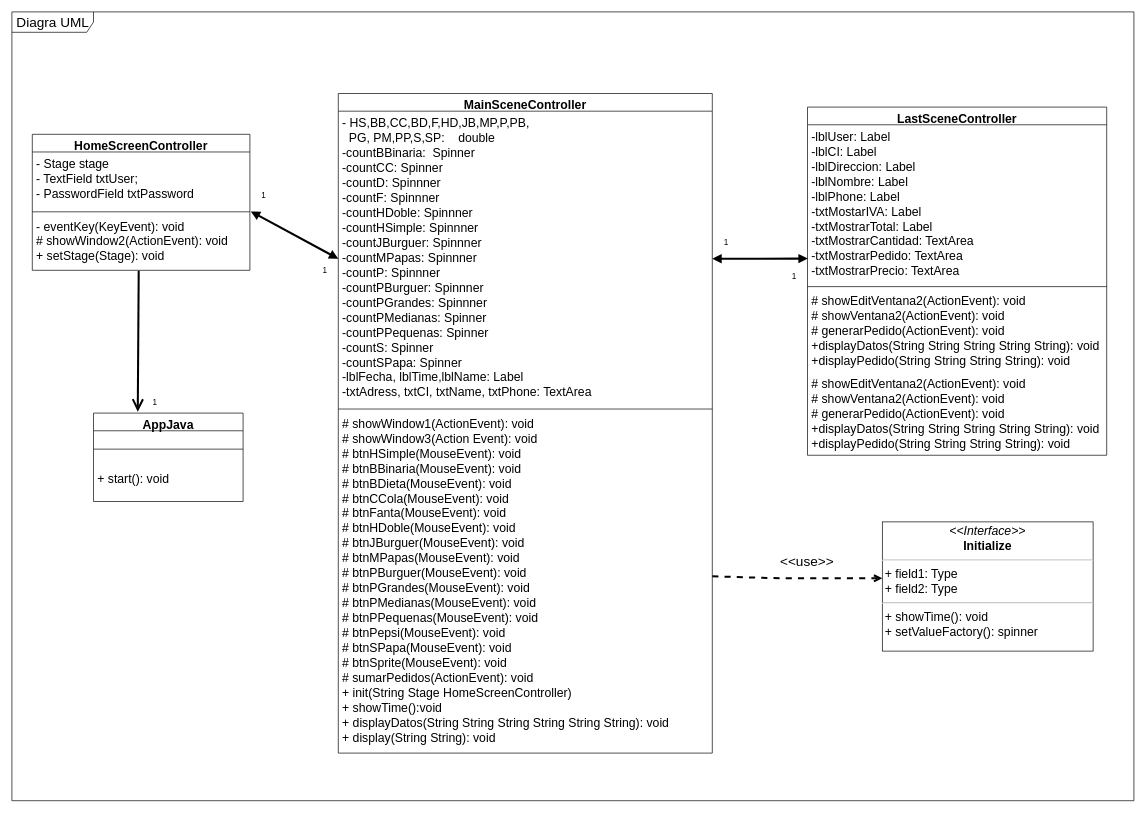
elian18/FirstJavaFXProject keeps this draw.io diagram as src/design/DiagramaDeClases.drawio. Above is the earlier version. Source tidied: cells renumbered, new cells numbered last; positions are measured from the earlier drawing's top-left corner, leaving out a move shared by most shapes. Both pictures are drawn from the tidied source at 68%, with x=0, y=0 at pixel (12, 12).
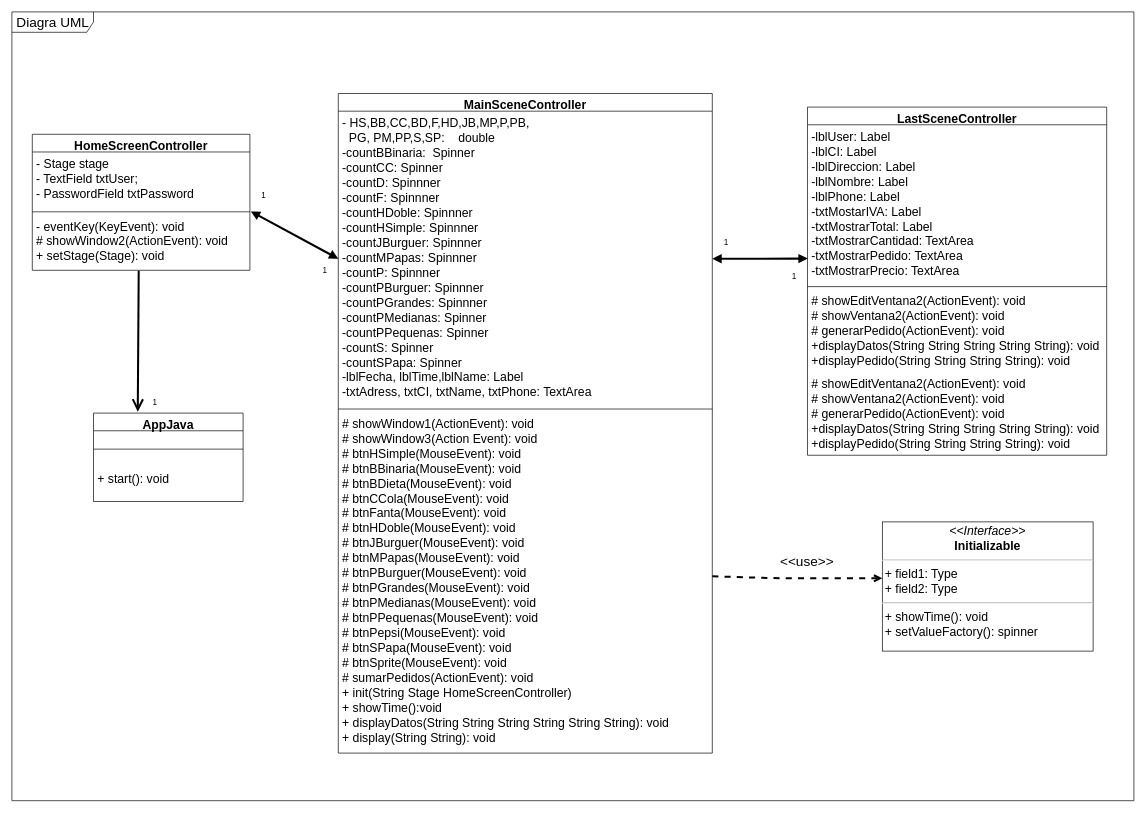
The same diagram, later.

Change to the diagram source:
```diff
@@
-    <mxCell id="21" value="&lt;p style=&quot;margin: 4px 0px 0px; text-align: center; font-size: 18px;&quot;&gt;&lt;i style=&quot;font-size: 18px;&quot;&gt;&amp;lt;&amp;lt;Interface&amp;gt;&amp;gt;&lt;/i&gt;&lt;br style=&quot;font-size: 18px;&quot;&gt;&lt;b style=&quot;font-size: 18px;&quot;&gt;Initialize&lt;/b&gt;&lt;/p&gt;&lt;hr style=&quot;font-size: 18px;&quot;&gt;&lt;p style=&quot;margin: 0px 0px 0px 4px; font-size: 18px;&quot;&gt;+ field1: Type&lt;br style=&quot;font-size: 18px;&quot;&gt;+ field2: Type&lt;/p&gt;&lt;hr style=&quot;font-size: 18px;&quot;&gt;&lt;p style=&quot;margin: 0px 0px 0px 4px; font-size: 18px;&quot;&gt;+ showTime(): void&lt;br style=&quot;font-size: 18px;&quot;&gt;+ setValueFactory(): spinner&lt;/p&gt;" style="verticalAlign=top;align=left;overflow=fill;fontSize=18;fontFamily=Helvetica;html=1;labelBackgroundColor=none;fontColor=default;" parent="1" vertex="1">
+    <mxCell id="21" value="&lt;p style=&quot;margin: 4px 0px 0px ; text-align: center ; font-size: 18px&quot;&gt;&lt;i style=&quot;font-size: 18px&quot;&gt;&amp;lt;&amp;lt;Interface&amp;gt;&amp;gt;&lt;/i&gt;&lt;br style=&quot;font-size: 18px&quot;&gt;&lt;b style=&quot;font-size: 18px&quot;&gt;Initializable&lt;/b&gt;&lt;/p&gt;&lt;hr style=&quot;font-size: 18px&quot;&gt;&lt;p style=&quot;margin: 0px 0px 0px 4px ; font-size: 18px&quot;&gt;+ field1: Type&lt;br style=&quot;font-size: 18px&quot;&gt;+ field2: Type&lt;/p&gt;&lt;hr style=&quot;font-size: 18px&quot;&gt;&lt;p style=&quot;margin: 0px 0px 0px 4px ; font-size: 18px&quot;&gt;+ showTime(): void&lt;br style=&quot;font-size: 18px&quot;&gt;+ setValueFactory(): spinner&lt;/p&gt;" style="verticalAlign=top;align=left;overflow=fill;fontSize=18;fontFamily=Helvetica;html=1;labelBackgroundColor=none;fontColor=default;" parent="1" vertex="1">
       <mxGeometry x="1280" y="750" width="310" height="190" as="geometry" />
     </mxCell>
```
